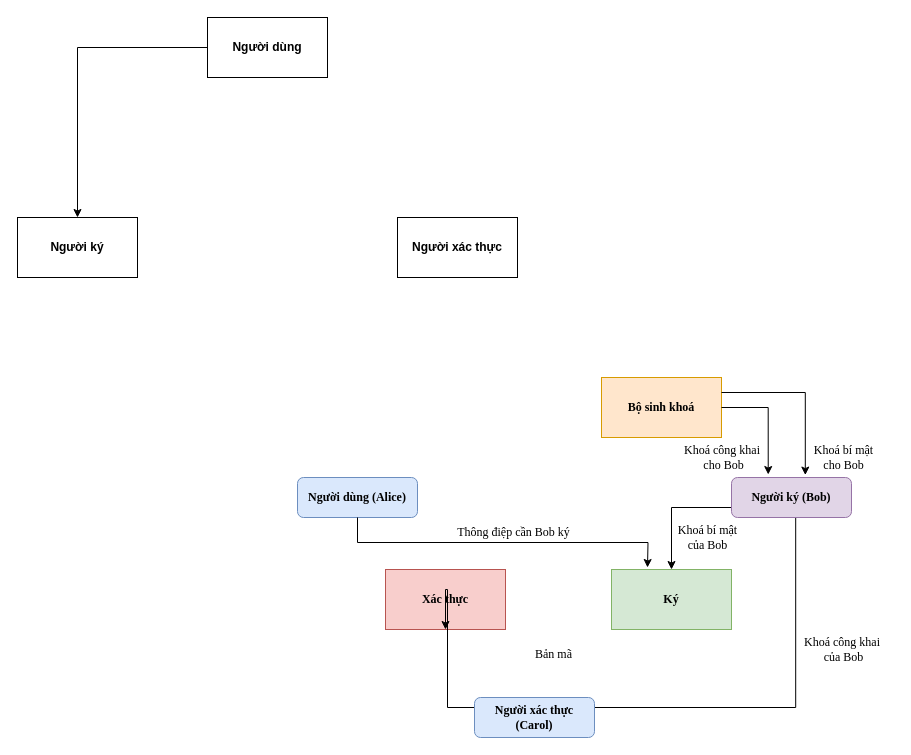
huyle84/diagrams keeps this draw.io diagram as DS.drawio. Above is the earlier version. Source tidied: cells renumbered, new cells numbered last; positions are measured from the earlier drawing's top-left corner, leaving out a move shared by most shapes. Both pictures are drawn from the tidied source at 100%, with x=0, y=0 at pixel (17, 17).
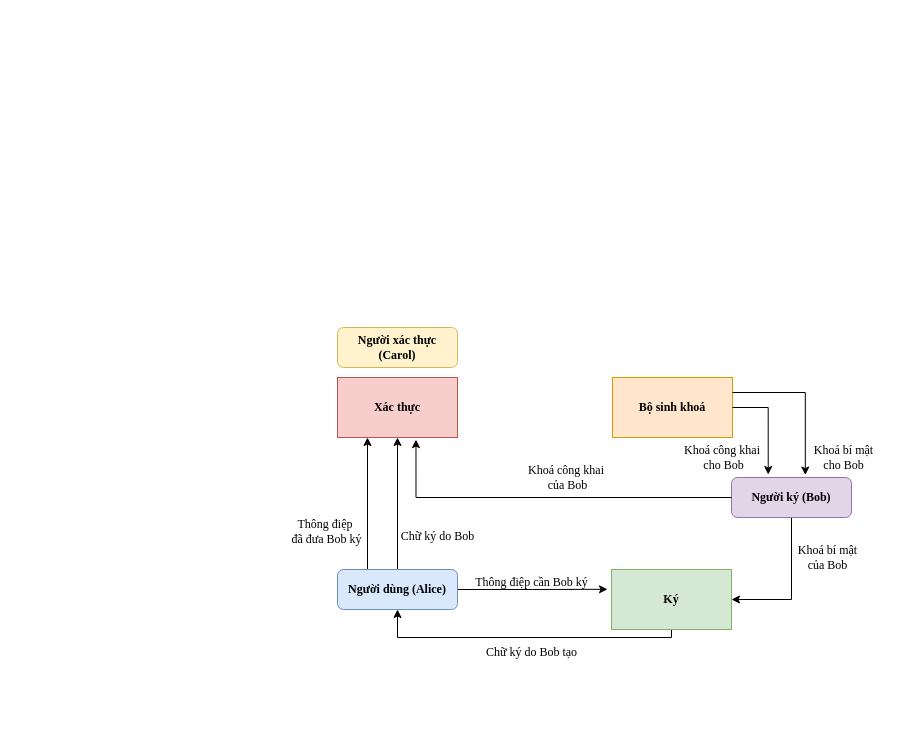
Above is the later version.

The change refers to these unchanged cells:
```xml
<mxCell id="7" value="&lt;font face=&quot;Times New Roman&quot;&gt;&lt;b&gt;Ký&lt;/b&gt;&lt;/font&gt;" style="rounded=0;whiteSpace=wrap;html=1;fillColor=#d5e8d4;strokeColor=#82b366;" parent="1" vertex="1">
  <mxGeometry x="594" y="552" width="120" height="60" as="geometry" />
</mxCell>
<mxCell id="15" value="&lt;font face=&quot;Times New Roman&quot;&gt;Người ký (Bob)&lt;/font&gt;" style="rounded=1;whiteSpace=wrap;html=1;fontStyle=1;fillColor=#e1d5e7;strokeColor=#9673a6;" parent="1" vertex="1">
  <mxGeometry x="714" y="460" width="120" height="40" as="geometry" />
</mxCell>
```

What changed in the source:
```diff
@@
-    <mxCell id="2" style="edgeStyle=orthogonalEdgeStyle;rounded=0;jettySize=auto;html=1;exitX=0;exitY=0.5;exitDx=0;exitDy=0;entryX=0.5;entryY=0;entryDx=0;entryDy=0;" parent="1" edge="1" source="3" target="5">
-      <mxGeometry relative="1" as="geometry" />
-    </mxCell>
-    <mxCell id="3" value="Người dùng" style="rounded=0;whiteSpace=wrap;html=1;fontStyle=1;" parent="1" vertex="1">
-      <mxGeometry x="190" width="120" height="60" as="geometry" />
-    </mxCell>
-    <mxCell id="4" value="Người xác thực" style="rounded=0;whiteSpace=wrap;html=1;fontStyle=1;" parent="1" vertex="1">
-      <mxGeometry x="380" y="200" width="120" height="60" as="geometry" />
-    </mxCell>
-    <mxCell id="5" value="Người ký" style="rounded=0;whiteSpace=wrap;html=1;fontStyle=1;" parent="1" vertex="1">
-      <mxGeometry y="200" width="120" height="60" as="geometry" />
-    </mxCell>
     <mxCell id="6" value="&lt;font face=&quot;Times New Roman&quot;&gt;&lt;b&gt;Xác thực&lt;/b&gt;&lt;/font&gt;" style="rounded=0;whiteSpace=wrap;html=1;fillColor=#f8cecc;strokeColor=#b85450;" parent="1" vertex="1">
-      <mxGeometry x="368" y="552" width="120" height="60" as="geometry" />
+      <mxGeometry x="320" y="360" width="120" height="60" as="geometry" />
     </mxCell>
+    <mxCell id="23" style="edgeStyle=orthogonalEdgeStyle;rounded=0;jettySize=auto;html=1;exitX=0.5;exitY=1;exitDx=0;exitDy=0;entryX=0.5;entryY=1;entryDx=0;entryDy=0;" parent="1" edge="1" source="7" target="13">
+      <mxGeometry relative="1" as="geometry">
+        <Array as="points">
+          <mxPoint x="654" y="620" />
+          <mxPoint x="380" y="620" />
+        </Array>
+      </mxGeometry>
+    </mxCell>
@@
-    <mxCell id="8" style="edgeStyle=orthogonalEdgeStyle;rounded=0;jettySize=auto;html=1;exitX=0;exitY=0.5;exitDx=0;exitDy=0;entryX=0.5;entryY=1;entryDx=0;entryDy=0;" parent="1" edge="1" target="6">
-      <mxGeometry relative="1" as="geometry">
-        <mxPoint x="778.2" y="500" as="sourcePoint" />
-        <Array as="points">
-          <mxPoint x="778" y="690" />
-          <mxPoint x="430" y="690" />
-          <mxPoint x="430" y="572" />
-          <mxPoint x="428" y="572" />
-        </Array>
-      </mxGeometry>
-    </mxCell>
     <mxCell id="9" value="&lt;font face=&quot;Times New Roman&quot;&gt;Bộ sinh khoá&lt;/font&gt;" style="rounded=0;whiteSpace=wrap;html=1;fillColor=#ffe6cc;strokeColor=#d79b00;fontStyle=1;" parent="1" vertex="1">
-      <mxGeometry x="584" y="360" width="120" height="60" as="geometry" />
+      <mxGeometry x="595" y="360" width="120" height="60" as="geometry" />
     </mxCell>
     <mxCell id="10" value="&lt;font face=&quot;Times New Roman&quot;&gt;Khoá công khai&amp;nbsp;&lt;/font&gt;&lt;div&gt;&lt;font face=&quot;Times New Roman&quot;&gt;của Bob&lt;/font&gt;&lt;/div&gt;" style="text;html=1;align=center;verticalAlign=middle;strokeColor=none;fillColor=none;" parent="1" vertex="1">
-      <mxGeometry x="776" y="612" width="100" height="40" as="geometry" />
+      <mxGeometry x="500" y="440" width="100" height="40" as="geometry" />
     </mxCell>
     <mxCell id="11" value="&lt;font face=&quot;Times New Roman&quot;&gt;Khoá bí mật&lt;/font&gt;&lt;div&gt;&lt;font face=&quot;Times New Roman&quot;&gt;của Bob&lt;/font&gt;&lt;br&gt;&lt;/div&gt;" style="text;html=1;align=center;verticalAlign=middle;strokeColor=none;fillColor=none;" parent="1" vertex="1">
-      <mxGeometry x="650" y="500" width="80" height="40" as="geometry" />
+      <mxGeometry x="770" y="520" width="80" height="40" as="geometry" />
     </mxCell>
-    <mxCell id="12" value="&lt;font face=&quot;Times New Roman&quot;&gt;Bản mã&lt;/font&gt;&lt;div&gt;&lt;br&gt;&lt;/div&gt;" style="text;html=1;align=center;verticalAlign=middle;strokeColor=none;fillColor=none;" parent="1" vertex="1">
-      <mxGeometry x="506" y="624" width="60" height="40" as="geometry" />
-    </mxCell>
+    <mxCell id="24" style="edgeStyle=orthogonalEdgeStyle;rounded=0;jettySize=auto;html=1;exitX=1;exitY=0.5;exitDx=0;exitDy=0;" parent="1" edge="1" source="13">
+      <mxGeometry relative="1" as="geometry">
+        <mxPoint x="590" y="571.8" as="targetPoint" />
+      </mxGeometry>
+    </mxCell>
+    <mxCell id="25" style="edgeStyle=orthogonalEdgeStyle;rounded=0;jettySize=auto;html=1;entryX=0.5;entryY=1;entryDx=0;entryDy=0;" parent="1" edge="1" source="13" target="6">
+      <mxGeometry relative="1" as="geometry" />
+    </mxCell>
+    <mxCell id="26" style="edgeStyle=orthogonalEdgeStyle;rounded=0;jettySize=auto;html=1;exitX=0.25;exitY=0;exitDx=0;exitDy=0;entryX=0.25;entryY=1;entryDx=0;entryDy=0;" parent="1" edge="1" source="13" target="6">
+      <mxGeometry relative="1" as="geometry" />
+    </mxCell>
     <mxCell id="13" value="&lt;font face=&quot;Times New Roman&quot;&gt;Người dùng (Alice)&lt;/font&gt;" style="rounded=1;whiteSpace=wrap;html=1;fontStyle=1;fillColor=#dae8fc;strokeColor=#6c8ebf;" parent="1" vertex="1">
-      <mxGeometry x="280" y="460" width="120" height="40" as="geometry" />
+      <mxGeometry x="320" y="552" width="120" height="40" as="geometry" />
     </mxCell>
-    <mxCell id="14" style="edgeStyle=orthogonalEdgeStyle;rounded=0;jettySize=auto;html=1;exitX=0;exitY=0.75;exitDx=0;exitDy=0;entryX=0.5;entryY=0;entryDx=0;entryDy=0;" parent="1" edge="1" source="15" target="7">
+    <mxCell id="14" style="edgeStyle=orthogonalEdgeStyle;rounded=0;jettySize=auto;html=1;exitX=0.5;exitY=1;exitDx=0;exitDy=0;entryX=1;entryY=0.5;entryDx=0;entryDy=0;" parent="1" edge="1" source="15" target="7">
       <mxGeometry relative="1" as="geometry" />
     </mxCell>
@@
     <mxCell id="16" value="&lt;font face=&quot;Times New Roman&quot;&gt;Thông điệp cần Bob ký&lt;/font&gt;" style="text;html=1;align=center;verticalAlign=middle;strokeColor=none;fillColor=none;" parent="1" vertex="1">
-      <mxGeometry x="426" y="500" width="140" height="30" as="geometry" />
+      <mxGeometry x="444" y="550" width="140" height="30" as="geometry" />
     </mxCell>
-    <mxCell id="17" style="edgeStyle=orthogonalEdgeStyle;rounded=0;jettySize=auto;html=1;exitX=0.5;exitY=1;exitDx=0;exitDy=0;" parent="1" edge="1" source="13">
-      <mxGeometry relative="1" as="geometry">
-        <mxPoint x="630" y="550" as="targetPoint" />
-      </mxGeometry>
-    </mxCell>
@@
-    <mxCell id="22" value="&lt;font face=&quot;Times New Roman&quot;&gt;Người xác thực (Carol)&lt;/font&gt;" style="rounded=1;whiteSpace=wrap;html=1;fontStyle=1;fillColor=#dae8fc;strokeColor=#6c8ebf;" parent="1" vertex="1">
-      <mxGeometry x="457" y="680" width="120" height="40" as="geometry" />
+    <mxCell id="22" value="&lt;font face=&quot;Times New Roman&quot;&gt;Người xác thực (Carol)&lt;/font&gt;" style="rounded=1;whiteSpace=wrap;html=1;fontStyle=1;fillColor=#fff2cc;strokeColor=#d6b656;" parent="1" vertex="1">
+      <mxGeometry x="320" y="310" width="120" height="40" as="geometry" />
     </mxCell>
+    <mxCell id="27" style="edgeStyle=orthogonalEdgeStyle;rounded=0;jettySize=auto;html=1;entryX=0.654;entryY=1.035;entryDx=0;entryDy=0;entryPerimeter=0;" parent="1" edge="1" source="15" target="6">
+      <mxGeometry relative="1" as="geometry" />
+    </mxCell>
+    <mxCell id="28" value="&lt;div&gt;&lt;font face=&quot;Times New Roman&quot;&gt;Chữ ký do Bob&lt;/font&gt;&lt;/div&gt;" style="text;html=1;align=center;verticalAlign=middle;strokeColor=none;fillColor=none;" parent="1" vertex="1">
+      <mxGeometry x="370" y="504" width="100" height="30" as="geometry" />
+    </mxCell>
+    <mxCell id="29" value="&lt;div&gt;&lt;font face=&quot;Times New Roman&quot;&gt;Chữ ký do Bob tạo&lt;/font&gt;&lt;/div&gt;" style="text;html=1;align=center;verticalAlign=middle;strokeColor=none;fillColor=none;" parent="1" vertex="1">
+      <mxGeometry x="459" y="620" width="110" height="30" as="geometry" />
+    </mxCell>
+    <mxCell id="30" value="&lt;font face=&quot;Times New Roman&quot;&gt;Thông điệp&amp;nbsp;&lt;/font&gt;&lt;div&gt;&lt;font face=&quot;Times New Roman&quot;&gt;đã đưa Bob ký&lt;/font&gt;&lt;/div&gt;" style="text;html=1;align=center;verticalAlign=middle;strokeColor=none;fillColor=none;" parent="1" vertex="1">
+      <mxGeometry x="264" y="494" width="90" height="40" as="geometry" />
+    </mxCell>
```
